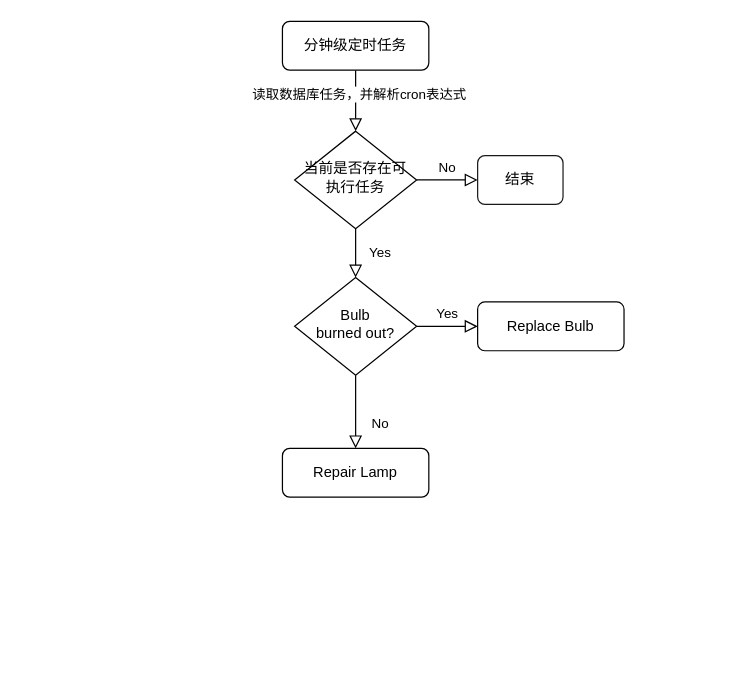
Before: 守夜人对账及数据提取系统设计.drawio in GGGGeorge-gao/image, a draw.io diagram. Source tidied: cells renumbered, new cells numbered last; positions are measured from the earlier drawing's top-left corner, leaving out a move shared by most shapes. Both pictures are drawn from the tidied source at 122%, with x=0, y=0 at pixel (282, 21).
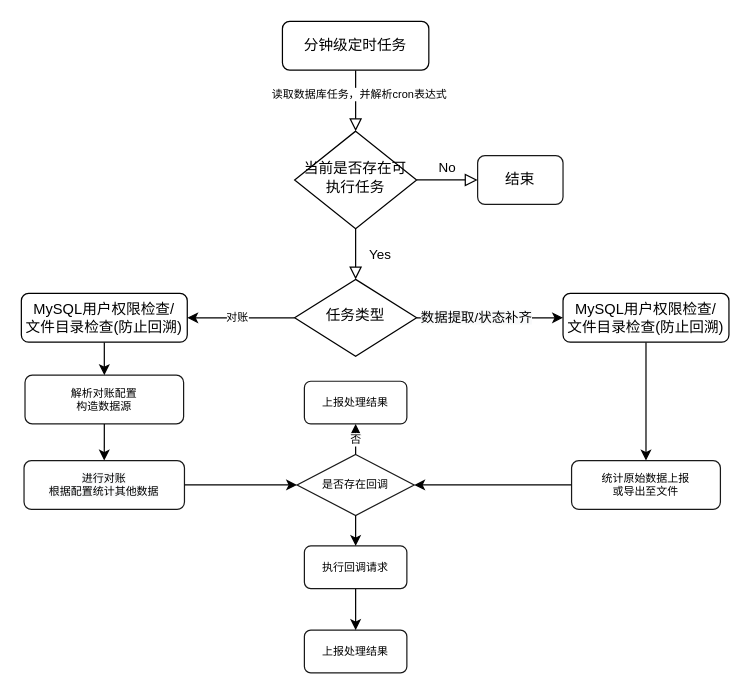
The same page after the edit.

Commit message:
Update 守夜人对账及数据提取系统设计.drawio

The change refers to these unchanged cells:
```xml
<mxCell id="2" style="rounded=0;html=1;jettySize=auto;fontSize=11;endArrow=block;endFill=0;endSize=8;strokeWidth=1;shadow=0;labelBackgroundColor=none;edgeStyle=orthogonalEdgeStyle;" parent="1" edge="1" source="4" target="7">
  <mxGeometry relative="1" as="geometry" />
</mxCell>
```

Change to the diagram source:
```diff
@@
-    <mxCell id="3" value="&lt;font style=&quot;font-size: 11px&quot;&gt;读取数据库任务，并解析cron表达式&lt;/font&gt;" style="edgeLabel;html=1;align=center;verticalAlign=middle;" parent="2" vertex="1">
+    <mxCell id="3" value="&lt;font style=&quot;font-size: 9px;&quot;&gt;读取数据库任务，并解析cron表达式&lt;/font&gt;" style="edgeLabel;html=1;align=center;verticalAlign=middle;fontSize=9;" parent="2" vertex="1">
       <mxGeometry x="-0.26" y="2" relative="1" as="geometry" />
     </mxCell>
@@
-    <mxCell id="9" value="No" style="rounded=0;html=1;jettySize=auto;fontSize=11;endArrow=block;endFill=0;endSize=8;strokeWidth=1;shadow=0;labelBackgroundColor=none;edgeStyle=orthogonalEdgeStyle;" parent="1" edge="1" source="11" target="12">
-      <mxGeometry x="0.33" y="20" relative="1" as="geometry" />
-    </mxCell>
+    <mxCell id="14" style="edgeStyle=orthogonalEdgeStyle;rounded=0;jettySize=auto;html=1;entryX=1;entryY=0.5;entryDx=0;entryDy=0;fontSize=9;" parent="1" edge="1" source="11" target="19">
+      <mxGeometry relative="1" as="geometry" />
+    </mxCell>
+    <mxCell id="15" value="对账" style="edgeLabel;html=1;align=center;verticalAlign=middle;fontSize=9;" parent="14" vertex="1">
+      <mxGeometry x="0.1" y="-1" relative="1" as="geometry" />
+    </mxCell>
-    <mxCell id="10" value="Yes" style="edgeStyle=orthogonalEdgeStyle;rounded=0;html=1;jettySize=auto;fontSize=11;endArrow=block;endFill=0;endSize=8;strokeWidth=1;shadow=0;labelBackgroundColor=none;" parent="1" edge="1" source="11" target="13">
-      <mxGeometry y="10" relative="1" as="geometry" />
+    <mxCell id="10" style="edgeStyle=orthogonalEdgeStyle;rounded=0;jettySize=auto;html=1;entryX=0;entryY=0.5;entryDx=0;entryDy=0;fontSize=9;" parent="1" edge="1" source="11" target="13">
+      <mxGeometry relative="1" as="geometry" />
     </mxCell>
+    <mxCell id="16" value="&lt;span style=&quot;font-size: 11px ; background-color: rgb(248 , 249 , 250)&quot;&gt;数据提取/状态补齐&lt;/span&gt;" style="edgeLabel;html=1;align=center;verticalAlign=middle;fontSize=9;" parent="10" vertex="1">
+      <mxGeometry x="-0.2" y="1" relative="1" as="geometry" />
+    </mxCell>
-    <mxCell id="11" value="Bulb&lt;br&gt;burned out?" style="rhombus;whiteSpace=wrap;html=1;shadow=0;fontFamily=Helvetica;fontSize=12;align=center;strokeWidth=1;spacing=6;spacingTop=-4;" parent="1" vertex="1">
-      <mxGeometry x="10" y="210" width="100" height="80" as="geometry" />
+    <mxCell id="11" value="任务类型" style="rhombus;whiteSpace=wrap;html=1;shadow=0;fontFamily=Helvetica;fontSize=12;align=center;strokeWidth=1;spacing=6;spacingTop=-4;" parent="1" vertex="1">
+      <mxGeometry x="10" y="211.5" width="100" height="63" as="geometry" />
     </mxCell>
-    <mxCell id="12" value="Repair Lamp" style="rounded=1;whiteSpace=wrap;html=1;fontSize=12;glass=0;strokeWidth=1;shadow=0;" parent="1" vertex="1">
-      <mxGeometry y="350" width="120" height="40" as="geometry" />
-    </mxCell>
+    <mxCell id="17" style="edgeStyle=orthogonalEdgeStyle;rounded=0;jettySize=auto;html=1;exitX=0.5;exitY=1;exitDx=0;exitDy=0;entryX=0.5;entryY=0;entryDx=0;entryDy=0;fontSize=9;" parent="1" edge="1" source="13" target="25">
+      <mxGeometry relative="1" as="geometry" />
+    </mxCell>
-    <mxCell id="13" value="Replace Bulb" style="rounded=1;whiteSpace=wrap;html=1;fontSize=12;glass=0;strokeWidth=1;shadow=0;" parent="1" vertex="1">
-      <mxGeometry x="160" y="230" width="120" height="40" as="geometry" />
+    <mxCell id="13" value="MySQL用户权限检查/&lt;br&gt;文件目录检查(防止回溯)" style="rounded=1;whiteSpace=wrap;html=1;fontSize=12;glass=0;strokeWidth=1;shadow=0;" parent="1" vertex="1">
+      <mxGeometry x="230" y="223" width="136" height="40" as="geometry" />
     </mxCell>
+    <mxCell id="18" style="edgeStyle=orthogonalEdgeStyle;rounded=0;jettySize=auto;html=1;entryX=0.5;entryY=0;entryDx=0;entryDy=0;fontSize=9;" parent="1" edge="1" source="19" target="21">
+      <mxGeometry relative="1" as="geometry" />
+    </mxCell>
+    <mxCell id="19" value="MySQL用户权限检查/&lt;br&gt;文件目录检查(防止回溯)" style="rounded=1;whiteSpace=wrap;html=1;fontSize=12;glass=0;strokeWidth=1;shadow=0;" parent="1" vertex="1">
+      <mxGeometry x="-214" y="223" width="136" height="40" as="geometry" />
+    </mxCell>
+    <mxCell id="20" style="edgeStyle=orthogonalEdgeStyle;rounded=0;jettySize=auto;html=1;entryX=0.5;entryY=0;entryDx=0;entryDy=0;fontSize=9;" parent="1" edge="1" source="21" target="23">
+      <mxGeometry relative="1" as="geometry" />
+    </mxCell>
+    <mxCell id="21" value="解析对账配置&lt;br&gt;构造数据源&lt;br&gt;" style="rounded=1;whiteSpace=wrap;html=1;fontSize=9;opacity=90;" parent="1" vertex="1">
+      <mxGeometry x="-211" y="290" width="130" height="40" as="geometry" />
+    </mxCell>
+    <mxCell id="22" style="edgeStyle=orthogonalEdgeStyle;rounded=0;jettySize=auto;html=1;entryX=0;entryY=0.5;entryDx=0;entryDy=0;fontSize=9;" parent="1" edge="1" source="23" target="29">
+      <mxGeometry relative="1" as="geometry" />
+    </mxCell>
+    <mxCell id="23" value="&lt;span style=&quot;color: rgb(0 , 0 , 0) ; font-family: &amp;#34;helvetica&amp;#34; ; font-size: 9px ; font-style: normal ; font-weight: 400 ; letter-spacing: normal ; text-align: center ; text-indent: 0px ; text-transform: none ; word-spacing: 0px ; background-color: rgb(248 , 249 , 250) ; display: inline ; float: none&quot;&gt;进行对账&lt;/span&gt;&lt;br style=&quot;color: rgb(0 , 0 , 0) ; font-family: &amp;#34;helvetica&amp;#34; ; font-size: 9px ; font-style: normal ; font-weight: 400 ; letter-spacing: normal ; text-align: center ; text-indent: 0px ; text-transform: none ; word-spacing: 0px ; background-color: rgb(248 , 249 , 250)&quot;&gt;&lt;span style=&quot;color: rgb(0 , 0 , 0) ; font-family: &amp;#34;helvetica&amp;#34; ; font-size: 9px ; font-style: normal ; font-weight: 400 ; letter-spacing: normal ; text-align: center ; text-indent: 0px ; text-transform: none ; word-spacing: 0px ; background-color: rgb(248 , 249 , 250) ; display: inline ; float: none&quot;&gt;根据配置统计其他数据&lt;/span&gt;" style="rounded=1;whiteSpace=wrap;html=1;fontSize=9;opacity=90;" parent="1" vertex="1">
+      <mxGeometry x="-211.8" y="360" width="131.5" height="40" as="geometry" />
+    </mxCell>
+    <mxCell id="24" style="edgeStyle=orthogonalEdgeStyle;rounded=0;jettySize=auto;html=1;entryX=1;entryY=0.5;entryDx=0;entryDy=0;fontSize=9;" parent="1" edge="1" source="25" target="29">
+      <mxGeometry relative="1" as="geometry" />
+    </mxCell>
+    <mxCell id="25" value="统计原始数据上报&lt;br&gt;或导出至文件" style="rounded=1;whiteSpace=wrap;html=1;fontSize=9;opacity=90;" parent="1" vertex="1">
+      <mxGeometry x="237" y="360" width="122" height="40" as="geometry" />
+    </mxCell>
+    <mxCell id="26" style="edgeStyle=orthogonalEdgeStyle;rounded=0;orthogonalLoop=1;jettySize=auto;html=1;exitX=0.5;exitY=1;exitDx=0;exitDy=0;fontSize=9;" parent="1" edge="1" source="11" target="11">
+      <mxGeometry relative="1" as="geometry" />
+    </mxCell>
+    <mxCell id="27" value="否" style="edgeStyle=orthogonalEdgeStyle;rounded=0;jettySize=auto;html=1;fontSize=9;" parent="1" edge="1" source="29" target="30">
+      <mxGeometry relative="1" as="geometry" />
+    </mxCell>
+    <mxCell id="28" style="edgeStyle=orthogonalEdgeStyle;rounded=0;jettySize=auto;html=1;entryX=0.5;entryY=0;entryDx=0;entryDy=0;fontSize=9;" parent="1" edge="1" source="29" target="33">
+      <mxGeometry relative="1" as="geometry" />
+    </mxCell>
+    <mxCell id="29" value="是否存在回调" style="rhombus;whiteSpace=wrap;html=1;fontSize=9;opacity=90;" parent="1" vertex="1">
+      <mxGeometry x="12" y="355" width="96" height="50" as="geometry" />
+    </mxCell>
+    <mxCell id="30" value="上报处理结果" style="rounded=1;whiteSpace=wrap;html=1;fontSize=9;opacity=90;" parent="1" vertex="1">
+      <mxGeometry x="18" y="295" width="84" height="35" as="geometry" />
+    </mxCell>
+    <mxCell id="31" value="上报处理结果" style="rounded=1;whiteSpace=wrap;html=1;fontSize=9;opacity=90;" parent="1" vertex="1">
+      <mxGeometry x="18" y="499" width="84" height="35" as="geometry" />
+    </mxCell>
+    <mxCell id="32" style="edgeStyle=orthogonalEdgeStyle;rounded=0;jettySize=auto;html=1;entryX=0.5;entryY=0;entryDx=0;entryDy=0;fontSize=9;" parent="1" edge="1" source="33" target="31">
+      <mxGeometry relative="1" as="geometry" />
+    </mxCell>
+    <mxCell id="33" value="执行回调请求" style="rounded=1;whiteSpace=wrap;html=1;fontSize=9;opacity=90;" parent="1" vertex="1">
+      <mxGeometry x="18" y="430" width="84" height="35" as="geometry" />
+    </mxCell>
```
